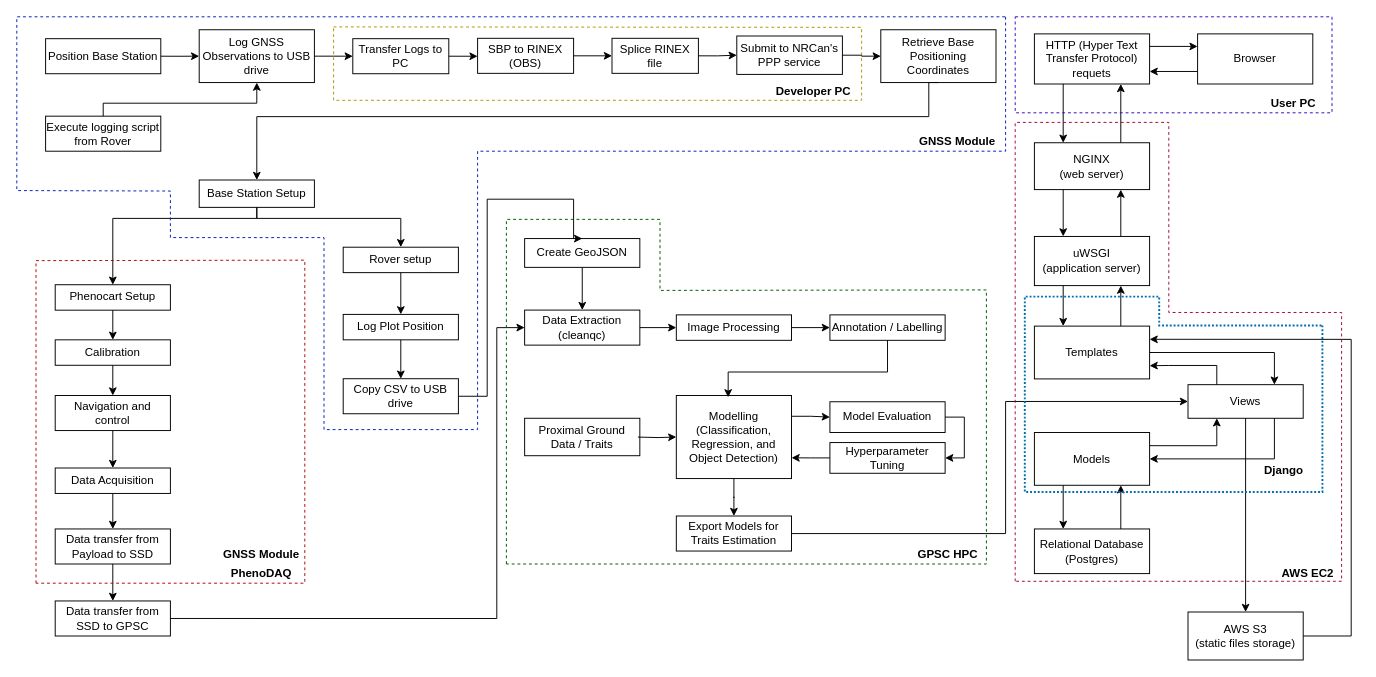
prabaharravichandran/Workflow keeps this draw.io diagram as page "Complete" (1 of 5) of Untitled Diagram.drawio. Above is the earlier version. Source tidied: cells renumbered, new cells numbered last; positions are measured from the earlier drawing's top-left corner, leaving out a move shared by most shapes. Both pictures are drawn from the tidied source at 96%, with x=0, y=0 at pixel (16, 16).
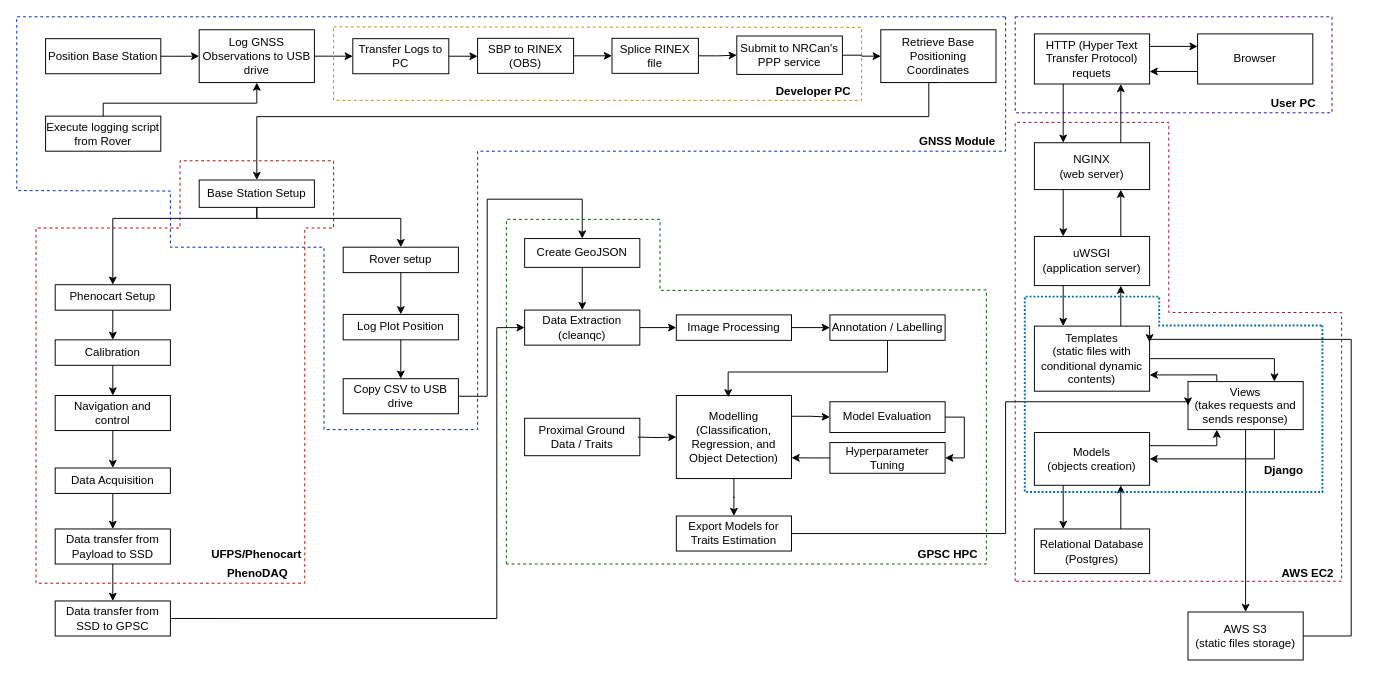
After the change.

The change refers to these unchanged cells:
```xml
<mxCell id="36" value="Copy CSV to USB drive" style="rounded=0;whiteSpace=wrap;html=1;fillColor=none;" parent="1" vertex="1">
  <mxGeometry x="340" y="377" width="120" height="36.5" as="geometry" />
</mxCell>
<mxCell id="38" value="Create GeoJSON" style="rounded=0;whiteSpace=wrap;html=1;fillColor=none;" parent="1" vertex="1">
  <mxGeometry x="529" y="231" width="120" height="30" as="geometry" />
</mxCell>
```

Diff of the diagram source:
```diff
@@
     <mxCell id="35" style="edgeStyle=orthogonalEdgeStyle;rounded=0;jettySize=auto;html=1;exitX=1;exitY=0.5;exitDx=0;exitDy=0;entryX=0.5;entryY=0;entryDx=0;entryDy=0;" parent="1" edge="1" source="36" target="38">
       <mxGeometry relative="1" as="geometry">
         <Array as="points">
           <mxPoint x="490" y="395" />
           <mxPoint x="490" y="190" />
-          <mxPoint x="580" y="190" />
+          <mxPoint x="589" y="190" />
         </Array>
       </mxGeometry>
     </mxCell>
@@
     <mxCell id="67" style="edgeStyle=orthogonalEdgeStyle;rounded=0;jettySize=auto;html=1;exitX=0.25;exitY=0;exitDx=0;exitDy=0;entryX=1;entryY=0.75;entryDx=0;entryDy=0;" parent="1" edge="1" source="68" target="74">
-      <mxGeometry relative="1" as="geometry" />
+      <mxGeometry relative="1" as="geometry">
+        <Array as="points">
+          <mxPoint x="1250" y="373" />
+        </Array>
+      </mxGeometry>
     </mxCell>
-    <mxCell id="68" value="Views" style="rounded=0;whiteSpace=wrap;html=1;fillColor=none;" parent="1" vertex="1">
-      <mxGeometry x="1220" y="383.2" width="120" height="35" as="geometry" />
+    <mxCell id="68" value="Views &lt;br&gt;(takes requests and sends response)" style="rounded=0;whiteSpace=wrap;html=1;fillColor=none;" parent="1" vertex="1">
+      <mxGeometry x="1220" y="380" width="120" height="50" as="geometry" />
     </mxCell>
@@
     <mxCell id="70" style="edgeStyle=orthogonalEdgeStyle;rounded=0;jettySize=auto;html=1;exitX=1;exitY=0.25;exitDx=0;exitDy=0;entryX=0.25;entryY=1;entryDx=0;entryDy=0;" parent="1" edge="1" source="71" target="68">
-      <mxGeometry relative="1" as="geometry" />
+      <mxGeometry relative="1" as="geometry">
+        <Array as="points">
+          <mxPoint x="1250" y="447" />
+        </Array>
+      </mxGeometry>
     </mxCell>
-    <mxCell id="71" value="Models" style="rounded=0;whiteSpace=wrap;html=1;fillColor=none;" parent="1" vertex="1">
+    <mxCell id="71" value="Models&lt;br&gt;(objects creation)" style="rounded=0;whiteSpace=wrap;html=1;fillColor=none;" parent="1" vertex="1">
       <mxGeometry x="1060" y="433" width="120" height="55" as="geometry" />
     </mxCell>
@@
-    <mxCell id="74" value="Templates" style="rounded=0;whiteSpace=wrap;html=1;fillColor=none;" parent="1" vertex="1">
-      <mxGeometry x="1060" y="322.2" width="120" height="55" as="geometry" />
+    <mxCell id="74" value="Templates&lt;br&gt;(static files with conditional dynamic contents)" style="rounded=0;whiteSpace=wrap;html=1;fillColor=none;" parent="1" vertex="1">
+      <mxGeometry x="1060" y="322.2" width="120" height="67.8" as="geometry" />
     </mxCell>
@@
     <mxCell id="78" style="endArrow=none;dashed=1;html=1;rounded=0;fillColor=#0050ef;strokeColor=#001DBC;" parent="1" edge="1">
       <mxGeometry relative="1" as="geometry">
         <mxPoint x="1030" as="sourcePoint" />
         <mxPoint x="1030" as="targetPoint" />
         <Array as="points">
           <mxPoint x="1030" y="140" />
           <mxPoint x="480" y="140" />
           <mxPoint x="480" y="430" />
           <mxPoint x="320" y="430" />
-          <mxPoint x="320" y="230" />
-          <mxPoint x="160" y="230" />
+          <mxPoint x="320" y="240" />
+          <mxPoint x="160" y="240" />
           <mxPoint x="160" y="181.5" />
           <mxPoint y="181" />
           <mxPoint />
         </Array>
       </mxGeometry>
     </mxCell>
@@
     <mxCell id="80" style="endArrow=none;dashed=1;html=1;rounded=0;fillColor=#e51400;strokeColor=#B20000;" parent="1" edge="1">
       <mxGeometry relative="1" as="geometry">
         <mxPoint x="20" y="590" as="sourcePoint" />
         <mxPoint x="20" y="590" as="targetPoint" />
         <Array as="points">
-          <mxPoint x="20" y="254" />
-          <mxPoint x="300" y="253.5" />
+          <mxPoint x="20" y="220" />
+          <mxPoint x="170" y="220" />
+          <mxPoint x="170" y="150" />
+          <mxPoint x="330" y="150" />
+          <mxPoint x="330" y="220" />
+          <mxPoint x="300" y="220" />
           <mxPoint x="300" y="590" />
         </Array>
       </mxGeometry>
     </mxCell>
@@
-    <mxCell id="84" value="&lt;b&gt;GNSS Module&lt;/b&gt;" style="text;html=1;strokeColor=none;fillColor=none;align=center;verticalAlign=middle;whiteSpace=wrap;rounded=0;" parent="1" vertex="1">
-      <mxGeometry x="210" y="550" width="90" height="20" as="geometry" />
+    <mxCell id="84" value="&lt;b&gt;UFPS/Phenocart&lt;/b&gt;" style="text;html=1;strokeColor=none;fillColor=none;align=center;verticalAlign=middle;whiteSpace=wrap;rounded=0;" parent="1" vertex="1">
+      <mxGeometry x="205" y="550" width="90" height="20" as="geometry" />
     </mxCell>
@@
     <mxCell id="87" value="&lt;b&gt;PhenoDAQ&lt;/b&gt;" style="text;html=1;strokeColor=none;fillColor=none;align=center;verticalAlign=middle;whiteSpace=wrap;rounded=0;" parent="1" vertex="1">
-      <mxGeometry x="210" y="570" width="90" height="20" as="geometry" />
+      <mxGeometry x="206" y="570" width="90" height="20" as="geometry" />
     </mxCell>
```
